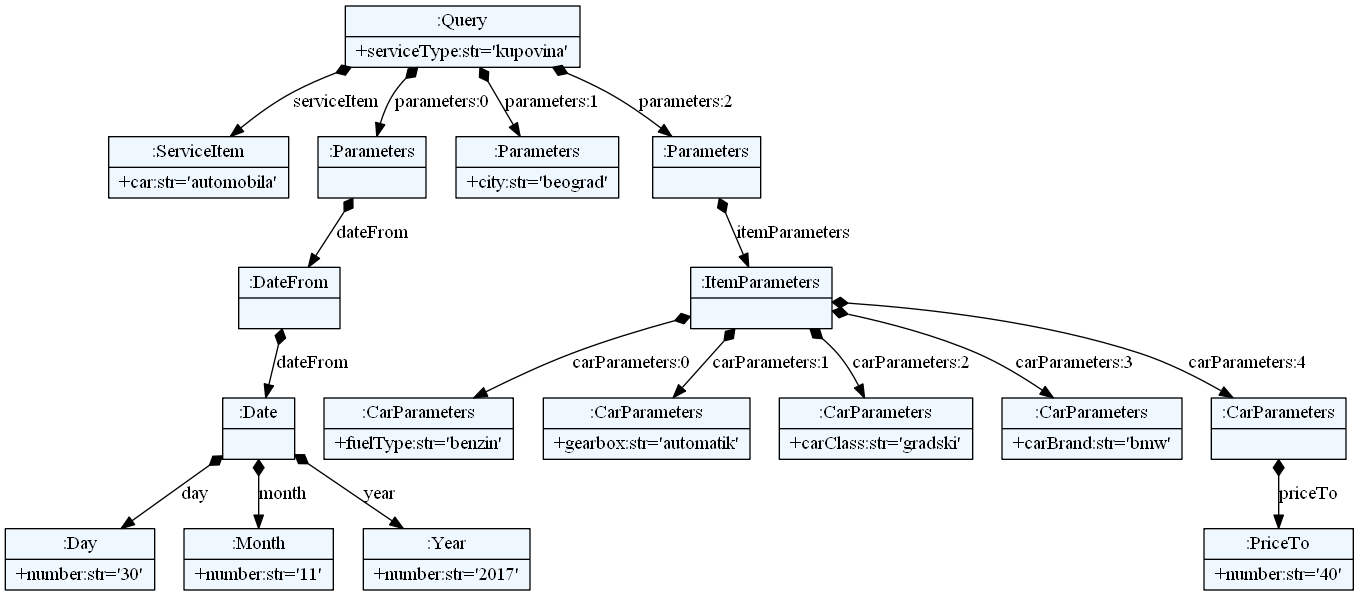
The Graphviz diagram textXGrammar/test.png in ftnE2-tim1-2016-17/jsd, before a commit. Its source is kept beside it as textXGrammar/test.dot.
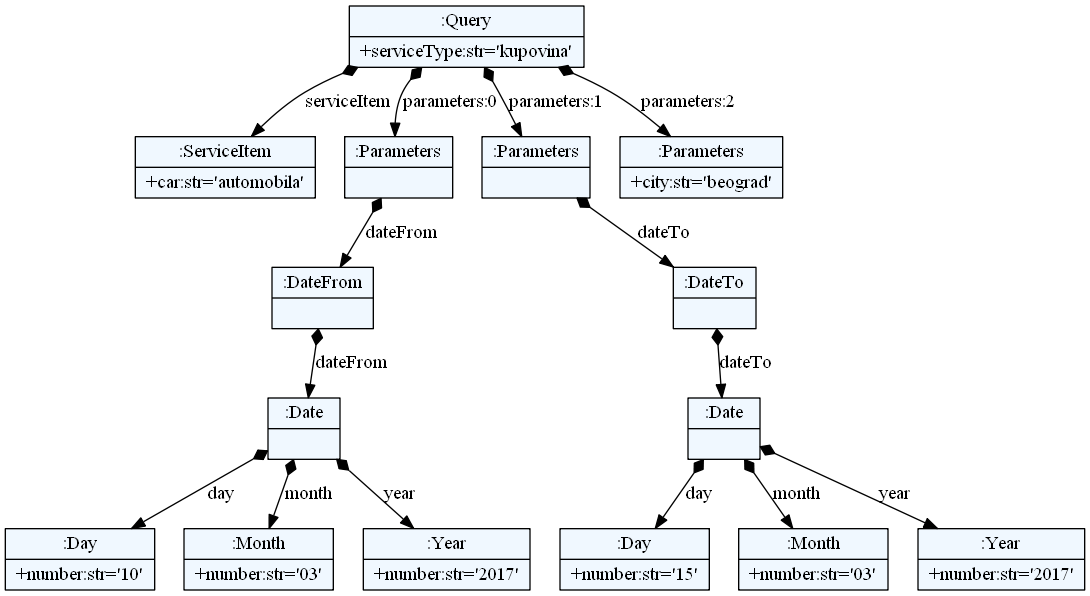
The same diagram one commit later.

Change to the diagram source:
```diff
@@ -10,38 +10,34 @@
     edge[dir=black,arrowtail=empty]
 
 
-73767456 -> 73765104 [label="serviceItem" arrowtail=diamond dir=both]
-73765104[label="{:ServiceItem|+car:str='automobila'\l}"]
-73767456 -> 73765160 [label="parameters:0" arrowtail=diamond dir=both]
-73765160 -> 73765384 [label="dateFrom" arrowtail=diamond dir=both]
-73765384 -> 73766000 [label="dateFrom" arrowtail=diamond dir=both]
-73766000 -> 73765552 [label="day" arrowtail=diamond dir=both]
-73765552[label="{:Day|+number:str='30'\l}"]
-73766000 -> 73766056 [label="month" arrowtail=diamond dir=both]
-73766056[label="{:Month|+number:str='11'\l}"]
-73766000 -> 73767400 [label="year" arrowtail=diamond dir=both]
-73767400[label="{:Year|+number:str='2017'\l}"]
-73766000[label="{:Date|}"]
-73765384[label="{:DateFrom|}"]
-73765160[label="{:Parameters|}"]
-73767456 -> 73766392 [label="parameters:1" arrowtail=diamond dir=both]
-73766392[label="{:Parameters|+city:str='beograd'\l}"]
-73767456 -> 73767736 [label="parameters:2" arrowtail=diamond dir=both]
-73767736 -> 73765664 [label="itemParameters" arrowtail=diamond dir=both]
-73765664 -> 73765440 [label="carParameters:0" arrowtail=diamond dir=both]
-73765440[label="{:CarParameters|+fuelType:str='benzin'\l}"]
-73765664 -> 73765888 [label="carParameters:1" arrowtail=diamond dir=both]
-73765888[label="{:CarParameters|+gearbox:str='automatik'\l}"]
-73765664 -> 73766952 [label="carParameters:2" arrowtail=diamond dir=both]
-73766952[label="{:CarParameters|+carClass:str='gradski'\l}"]
-73765664 -> 73766784 [label="carParameters:3" arrowtail=diamond dir=both]
-73766784[label="{:CarParameters|+carBrand:str='bmw'\l}"]
-73765664 -> 73766728 [label="carParameters:4" arrowtail=diamond dir=both]
-73766728 -> 73766168 [label="priceTo" arrowtail=diamond dir=both]
-73766168[label="{:PriceTo|+number:str='40'\l}"]
-73766728[label="{:CarParameters|}"]
-73765664[label="{:ItemParameters|}"]
-73767736[label="{:Parameters|}"]
-73767456[label="{:Query|+serviceType:str='kupovina'\l}"]
+67594160 -> 67593968 [label="serviceItem" arrowtail=diamond dir=both]
+67593968[label="{:ServiceItem|+car:str='automobila'\l}"]
+67594160 -> 67594096 [label="parameters:0" arrowtail=diamond dir=both]
+67594096 -> 67594128 [label="dateFrom" arrowtail=diamond dir=both]
+67594128 -> 67593872 [label="dateFrom" arrowtail=diamond dir=both]
+67593872 -> 67592880 [label="day" arrowtail=diamond dir=both]
+67592880[label="{:Day|+number:str='10'\l}"]
+67593872 -> 67594448 [label="month" arrowtail=diamond dir=both]
+67594448[label="{:Month|+number:str='03'\l}"]
+67593872 -> 67594480 [label="year" arrowtail=diamond dir=both]
+67594480[label="{:Year|+number:str='2017'\l}"]
+67593872[label="{:Date|}"]
+67594128[label="{:DateFrom|}"]
+67594096[label="{:Parameters|}"]
+67594160 -> 67585200 [label="parameters:1" arrowtail=diamond dir=both]
+67585200 -> 67594384 [label="dateTo" arrowtail=diamond dir=both]
+67594384 -> 67594544 [label="dateTo" arrowtail=diamond dir=both]
+67594544 -> 67594512 [label="day" arrowtail=diamond dir=both]
+67594512[label="{:Day|+number:str='15'\l}"]
+67594544 -> 67594800 [label="month" arrowtail=diamond dir=both]
+67594800[label="{:Month|+number:str='03'\l}"]
+67594544 -> 67594864 [label="year" arrowtail=diamond dir=both]
+67594864[label="{:Year|+number:str='2017'\l}"]
+67594544[label="{:Date|}"]
+67594384[label="{:DateTo|}"]
+67585200[label="{:Parameters|}"]
+67594160 -> 67594320 [label="parameters:2" arrowtail=diamond dir=both]
+67594320[label="{:Parameters|+city:str='beograd'\l}"]
+67594160[label="{:Query|+serviceType:str='kupovina'\l}"]
 
 }
```
